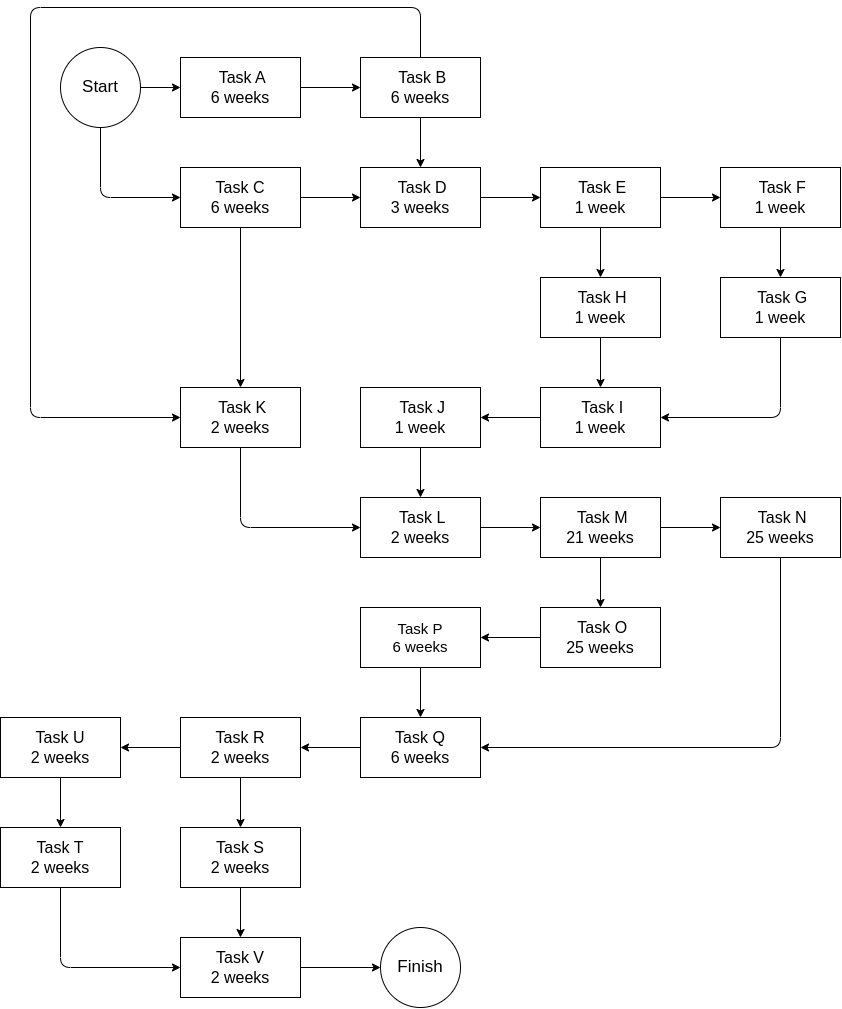
alexxGmZ/MenuMaApp keeps this draw.io diagram as DOCS/Diagrams/Critical Path Method.png. Above is the earlier version. Source tidied: cells renumbered, new cells last; positions are measured from the earlier drawing's top-left corner, leaving out a move shared by most shapes.
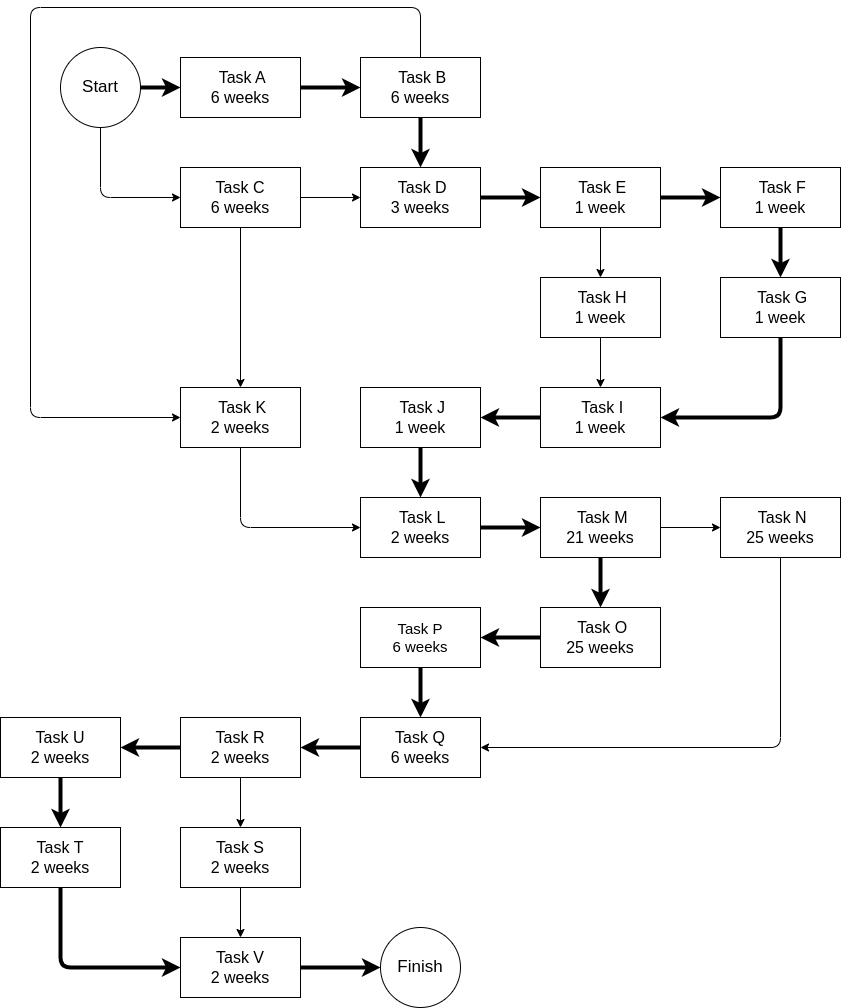
After the commit.

Commit message:
diagram(cpm): export to png

Diff of the diagram source:
```diff
@@ -2,7 +2,7 @@
   <root>
     <mxCell id="0" />
     <mxCell id="1" parent="0" />
-    <mxCell id="2" style="edgeStyle=none;html=1;exitX=1;exitY=0.5;exitDx=0;exitDy=0;entryX=0;entryY=0.5;entryDx=0;entryDy=0;" parent="1" edge="1" source="4" target="7">
+    <mxCell id="2" style="edgeStyle=none;html=1;exitX=1;exitY=0.5;exitDx=0;exitDy=0;entryX=0;entryY=0.5;entryDx=0;entryDy=0;strokeWidth=4;" parent="1" edge="1" source="4" target="7">
       <mxGeometry relative="1" as="geometry" />
     </mxCell>
     <mxCell id="3" style="edgeStyle=none;html=1;exitX=0.5;exitY=1;exitDx=0;exitDy=0;entryX=0;entryY=0.5;entryDx=0;entryDy=0;" parent="1" edge="1" source="4" target="10">
@@ -18,7 +18,7 @@
     <mxCell id="5" value="&lt;font style=&quot;font-size: 17px;&quot;&gt;Finish&lt;/font&gt;" style="ellipse;whiteSpace=wrap;html=1;" parent="1" vertex="1">
       <mxGeometry x="380" y="920" width="80" height="80" as="geometry" />
     </mxCell>
-    <mxCell id="6" style="edgeStyle=none;html=1;exitX=1;exitY=0.5;exitDx=0;exitDy=0;" parent="1" edge="1" source="7" target="13">
+    <mxCell id="6" style="edgeStyle=none;html=1;exitX=1;exitY=0.5;exitDx=0;exitDy=0;strokeWidth=4;" parent="1" edge="1" source="7" target="13">
       <mxGeometry relative="1" as="geometry" />
     </mxCell>
     <mxCell id="7" value="&amp;nbsp;Task A&lt;br style=&quot;font-size: 16px;&quot;&gt;6 weeks" style="rounded=0;whiteSpace=wrap;html=1;fontSize=16;" parent="1" vertex="1">
@@ -33,7 +33,7 @@
     <mxCell id="10" value="Task C&lt;br style=&quot;font-size: 16px;&quot;&gt;6 weeks" style="rounded=0;whiteSpace=wrap;html=1;fontSize=16;" parent="1" vertex="1">
       <mxGeometry x="180" y="160" width="120" height="60" as="geometry" />
     </mxCell>
-    <mxCell id="11" style="edgeStyle=none;html=1;exitX=0.5;exitY=1;exitDx=0;exitDy=0;entryX=0.5;entryY=0;entryDx=0;entryDy=0;" parent="1" edge="1" source="13" target="15">
+    <mxCell id="11" style="edgeStyle=none;html=1;exitX=0.5;exitY=1;exitDx=0;exitDy=0;entryX=0.5;entryY=0;entryDx=0;entryDy=0;strokeWidth=4;" parent="1" edge="1" source="13" target="15">
       <mxGeometry relative="1" as="geometry" />
     </mxCell>
     <mxCell id="12" style="edgeStyle=none;html=1;exitX=0.5;exitY=0;exitDx=0;exitDy=0;entryX=0;entryY=0.5;entryDx=0;entryDy=0;" parent="1" edge="1" source="13" target="30">
@@ -48,13 +48,13 @@
     <mxCell id="13" value="&amp;nbsp;Task B&lt;br style=&quot;font-size: 16px;&quot;&gt;6 weeks" style="rounded=0;whiteSpace=wrap;html=1;fontSize=16;" parent="1" vertex="1">
       <mxGeometry x="360" y="50" width="120" height="60" as="geometry" />
     </mxCell>
-    <mxCell id="14" style="edgeStyle=none;html=1;exitX=1;exitY=0.5;exitDx=0;exitDy=0;" parent="1" edge="1" source="15" target="18">
+    <mxCell id="14" style="edgeStyle=none;html=1;exitX=1;exitY=0.5;exitDx=0;exitDy=0;strokeWidth=4;" parent="1" edge="1" source="15" target="18">
       <mxGeometry relative="1" as="geometry" />
     </mxCell>
     <mxCell id="15" value="&amp;nbsp;Task D&lt;br style=&quot;font-size: 16px;&quot;&gt;3 weeks" style="rounded=0;whiteSpace=wrap;html=1;fontSize=16;" parent="1" vertex="1">
       <mxGeometry x="360" y="160" width="120" height="60" as="geometry" />
     </mxCell>
-    <mxCell id="16" style="edgeStyle=none;html=1;exitX=1;exitY=0.5;exitDx=0;exitDy=0;entryX=0;entryY=0.5;entryDx=0;entryDy=0;" parent="1" edge="1" source="18" target="20">
+    <mxCell id="16" style="edgeStyle=none;html=1;exitX=1;exitY=0.5;exitDx=0;exitDy=0;entryX=0;entryY=0.5;entryDx=0;entryDy=0;strokeWidth=4;" parent="1" edge="1" source="18" target="20">
       <mxGeometry relative="1" as="geometry" />
     </mxCell>
     <mxCell id="17" style="edgeStyle=none;html=1;exitX=0.5;exitY=1;exitDx=0;exitDy=0;" parent="1" edge="1" source="18" target="24">
@@ -63,13 +63,13 @@
     <mxCell id="18" value="&amp;nbsp;Task E&lt;br style=&quot;font-size: 16px;&quot;&gt;1 week" style="rounded=0;whiteSpace=wrap;html=1;fontSize=16;" parent="1" vertex="1">
       <mxGeometry x="540" y="160" width="120" height="60" as="geometry" />
     </mxCell>
-    <mxCell id="19" style="edgeStyle=none;html=1;exitX=0.5;exitY=1;exitDx=0;exitDy=0;entryX=0.5;entryY=0;entryDx=0;entryDy=0;" parent="1" edge="1" source="20" target="22">
+    <mxCell id="19" style="edgeStyle=none;html=1;exitX=0.5;exitY=1;exitDx=0;exitDy=0;entryX=0.5;entryY=0;entryDx=0;entryDy=0;strokeWidth=4;" parent="1" edge="1" source="20" target="22">
       <mxGeometry relative="1" as="geometry" />
     </mxCell>
     <mxCell id="20" value="&amp;nbsp;Task F&lt;br style=&quot;font-size: 16px;&quot;&gt;1 week" style="rounded=0;whiteSpace=wrap;html=1;fontSize=16;" parent="1" vertex="1">
       <mxGeometry x="720" y="160" width="120" height="60" as="geometry" />
     </mxCell>
-    <mxCell id="21" style="edgeStyle=none;html=1;exitX=0.5;exitY=1;exitDx=0;exitDy=0;entryX=1;entryY=0.5;entryDx=0;entryDy=0;" parent="1" edge="1" source="22" target="26">
+    <mxCell id="21" style="edgeStyle=none;html=1;exitX=0.5;exitY=1;exitDx=0;exitDy=0;entryX=1;entryY=0.5;entryDx=0;entryDy=0;strokeWidth=4;" parent="1" edge="1" source="22" target="26">
       <mxGeometry relative="1" as="geometry">
         <Array as="points">
           <mxPoint x="780" y="410" />
@@ -85,13 +85,13 @@
     <mxCell id="24" value="&amp;nbsp;Task H&lt;br style=&quot;font-size: 16px;&quot;&gt;1 week" style="rounded=0;whiteSpace=wrap;html=1;fontSize=16;" parent="1" vertex="1">
       <mxGeometry x="540" y="270" width="120" height="60" as="geometry" />
     </mxCell>
-    <mxCell id="25" style="edgeStyle=none;html=1;exitX=0;exitY=0.5;exitDx=0;exitDy=0;entryX=1;entryY=0.5;entryDx=0;entryDy=0;" parent="1" edge="1" source="26" target="28">
+    <mxCell id="25" style="edgeStyle=none;html=1;exitX=0;exitY=0.5;exitDx=0;exitDy=0;entryX=1;entryY=0.5;entryDx=0;entryDy=0;strokeWidth=4;" parent="1" edge="1" source="26" target="28">
       <mxGeometry relative="1" as="geometry" />
     </mxCell>
     <mxCell id="26" value="&amp;nbsp;Task I&lt;br style=&quot;font-size: 16px;&quot;&gt;1 week" style="rounded=0;whiteSpace=wrap;html=1;fontSize=16;" parent="1" vertex="1">
       <mxGeometry x="540" y="380" width="120" height="60" as="geometry" />
     </mxCell>
-    <mxCell id="27" style="edgeStyle=none;html=1;exitX=0.5;exitY=1;exitDx=0;exitDy=0;entryX=0.5;entryY=0;entryDx=0;entryDy=0;" parent="1" edge="1" source="28" target="32">
+    <mxCell id="27" style="edgeStyle=none;html=1;exitX=0.5;exitY=1;exitDx=0;exitDy=0;entryX=0.5;entryY=0;entryDx=0;entryDy=0;strokeWidth=4;" parent="1" edge="1" source="28" target="32">
       <mxGeometry relative="1" as="geometry" />
     </mxCell>
     <mxCell id="28" value="&amp;nbsp;Task J&lt;br style=&quot;font-size: 16px;&quot;&gt;1 week" style="rounded=0;whiteSpace=wrap;html=1;fontSize=16;" parent="1" vertex="1">
@@ -107,7 +107,7 @@
     <mxCell id="30" value="&amp;nbsp;Task K&lt;br style=&quot;font-size: 16px;&quot;&gt;2 weeks" style="rounded=0;whiteSpace=wrap;html=1;fontSize=16;" parent="1" vertex="1">
       <mxGeometry x="180" y="380" width="120" height="60" as="geometry" />
     </mxCell>
-    <mxCell id="31" style="edgeStyle=none;html=1;exitX=1;exitY=0.5;exitDx=0;exitDy=0;entryX=0;entryY=0.5;entryDx=0;entryDy=0;" parent="1" edge="1" source="32" target="35">
+    <mxCell id="31" style="edgeStyle=none;html=1;exitX=1;exitY=0.5;exitDx=0;exitDy=0;entryX=0;entryY=0.5;entryDx=0;entryDy=0;strokeWidth=4;" parent="1" edge="1" source="32" target="35">
       <mxGeometry relative="1" as="geometry" />
     </mxCell>
     <mxCell id="32" value="&amp;nbsp;Task L&lt;br style=&quot;font-size: 16px;&quot;&gt;2 weeks" style="rounded=0;whiteSpace=wrap;html=1;fontSize=16;" parent="1" vertex="1">
@@ -116,7 +116,7 @@
     <mxCell id="33" style="edgeStyle=none;html=1;exitX=1;exitY=0.5;exitDx=0;exitDy=0;entryX=0;entryY=0.5;entryDx=0;entryDy=0;" parent="1" edge="1" source="35" target="37">
       <mxGeometry relative="1" as="geometry" />
     </mxCell>
-    <mxCell id="34" style="edgeStyle=none;html=1;exitX=0.5;exitY=1;exitDx=0;exitDy=0;fontSize=14;" parent="1" edge="1" source="35" target="39">
+    <mxCell id="34" style="edgeStyle=none;html=1;exitX=0.5;exitY=1;exitDx=0;exitDy=0;fontSize=14;strokeWidth=4;" parent="1" edge="1" source="35" target="39">
       <mxGeometry relative="1" as="geometry" />
     </mxCell>
     <mxCell id="35" value="&amp;nbsp;Task M&lt;br style=&quot;font-size: 16px;&quot;&gt;21 weeks" style="rounded=0;whiteSpace=wrap;html=1;fontSize=16;" parent="1" vertex="1">
@@ -132,19 +132,19 @@
     <mxCell id="37" value="&amp;nbsp;Task N&lt;br style=&quot;font-size: 16px;&quot;&gt;25&amp;nbsp;weeks" style="rounded=0;whiteSpace=wrap;html=1;fontSize=16;" parent="1" vertex="1">
       <mxGeometry x="720" y="490" width="120" height="60" as="geometry" />
     </mxCell>
-    <mxCell id="38" style="edgeStyle=none;html=1;exitX=0;exitY=0.5;exitDx=0;exitDy=0;entryX=1;entryY=0.5;entryDx=0;entryDy=0;fontSize=14;" parent="1" edge="1" source="39" target="41">
+    <mxCell id="38" style="edgeStyle=none;html=1;exitX=0;exitY=0.5;exitDx=0;exitDy=0;entryX=1;entryY=0.5;entryDx=0;entryDy=0;fontSize=14;strokeWidth=4;" parent="1" edge="1" source="39" target="41">
       <mxGeometry relative="1" as="geometry" />
     </mxCell>
     <mxCell id="39" value="&amp;nbsp;Task O&lt;br style=&quot;font-size: 16px;&quot;&gt;25 weeks" style="rounded=0;whiteSpace=wrap;html=1;fontSize=16;" parent="1" vertex="1">
       <mxGeometry x="540" y="600" width="120" height="60" as="geometry" />
     </mxCell>
-    <mxCell id="40" style="edgeStyle=none;html=1;exitX=0.5;exitY=1;exitDx=0;exitDy=0;entryX=0.5;entryY=0;entryDx=0;entryDy=0;fontSize=14;" parent="1" edge="1" source="41" target="43">
+    <mxCell id="40" style="edgeStyle=none;html=1;exitX=0.5;exitY=1;exitDx=0;exitDy=0;entryX=0.5;entryY=0;entryDx=0;entryDy=0;fontSize=14;strokeWidth=4;" parent="1" edge="1" source="41" target="43">
       <mxGeometry relative="1" as="geometry" />
     </mxCell>
     <mxCell id="41" value="&lt;font style=&quot;font-size: 15px;&quot;&gt;Task P&lt;br&gt;6 weeks&lt;/font&gt;" style="rounded=0;whiteSpace=wrap;html=1;" parent="1" vertex="1">
       <mxGeometry x="360" y="600" width="120" height="60" as="geometry" />
     </mxCell>
-    <mxCell id="42" style="edgeStyle=none;html=1;exitX=0;exitY=0.5;exitDx=0;exitDy=0;entryX=1;entryY=0.5;entryDx=0;entryDy=0;fontSize=14;" parent="1" edge="1" source="43" target="46">
+    <mxCell id="42" style="edgeStyle=none;html=1;exitX=0;exitY=0.5;exitDx=0;exitDy=0;entryX=1;entryY=0.5;entryDx=0;entryDy=0;fontSize=14;strokeWidth=4;" parent="1" edge="1" source="43" target="46">
       <mxGeometry relative="1" as="geometry" />
     </mxCell>
     <mxCell id="43" value="&lt;span style=&quot;font-size: 16px;&quot;&gt;Task Q&lt;br&gt;6 weeks&lt;br&gt;&lt;/span&gt;" style="rounded=0;whiteSpace=wrap;html=1;" parent="1" vertex="1">
@@ -153,7 +153,7 @@
     <mxCell id="44" style="edgeStyle=none;html=1;exitX=0.5;exitY=1;exitDx=0;exitDy=0;entryX=0.5;entryY=0;entryDx=0;entryDy=0;fontSize=14;" parent="1" edge="1" source="46" target="48">
       <mxGeometry relative="1" as="geometry" />
     </mxCell>
-    <mxCell id="45" style="edgeStyle=none;html=1;exitX=0;exitY=0.5;exitDx=0;exitDy=0;entryX=1;entryY=0.5;entryDx=0;entryDy=0;fontSize=14;" parent="1" edge="1" source="46" target="52">
+    <mxCell id="45" style="edgeStyle=none;html=1;exitX=0;exitY=0.5;exitDx=0;exitDy=0;entryX=1;entryY=0.5;entryDx=0;entryDy=0;fontSize=14;strokeWidth=4;" parent="1" edge="1" source="46" target="52">
       <mxGeometry relative="1" as="geometry" />
     </mxCell>
     <mxCell id="46" value="&lt;font style=&quot;font-size: 16px;&quot;&gt;Task R&lt;br&gt;2 weeks&lt;/font&gt;" style="rounded=0;whiteSpace=wrap;html=1;" parent="1" vertex="1">
@@ -165,7 +165,7 @@
     <mxCell id="48" value="&lt;font style=&quot;font-size: 16px;&quot;&gt;Task S&lt;br&gt;2 weeks&lt;/font&gt;" style="rounded=0;whiteSpace=wrap;html=1;" parent="1" vertex="1">
       <mxGeometry x="180" y="820" width="120" height="60" as="geometry" />
     </mxCell>
-    <mxCell id="49" style="edgeStyle=none;html=1;exitX=0.5;exitY=1;exitDx=0;exitDy=0;entryX=0;entryY=0.5;entryDx=0;entryDy=0;fontSize=14;" parent="1" edge="1" source="50" target="54">
+    <mxCell id="49" style="edgeStyle=none;html=1;exitX=0.5;exitY=1;exitDx=0;exitDy=0;entryX=0;entryY=0.5;entryDx=0;entryDy=0;fontSize=14;strokeWidth=4;" parent="1" edge="1" source="50" target="54">
       <mxGeometry relative="1" as="geometry">
         <Array as="points">
           <mxPoint x="60" y="960" />
@@ -175,13 +175,13 @@
     <mxCell id="50" value="&lt;font style=&quot;font-size: 16px;&quot;&gt;Task T&lt;br&gt;2 weeks&lt;/font&gt;" style="rounded=0;whiteSpace=wrap;html=1;" parent="1" vertex="1">
       <mxGeometry y="820" width="120" height="60" as="geometry" />
     </mxCell>
-    <mxCell id="51" style="edgeStyle=none;html=1;exitX=0.5;exitY=1;exitDx=0;exitDy=0;entryX=0.5;entryY=0;entryDx=0;entryDy=0;fontSize=14;" parent="1" edge="1" source="52" target="50">
+    <mxCell id="51" style="edgeStyle=none;html=1;exitX=0.5;exitY=1;exitDx=0;exitDy=0;entryX=0.5;entryY=0;entryDx=0;entryDy=0;fontSize=14;strokeWidth=4;" parent="1" edge="1" source="52" target="50">
       <mxGeometry relative="1" as="geometry" />
     </mxCell>
     <mxCell id="52" value="&lt;font style=&quot;font-size: 16px;&quot;&gt;Task U&lt;br&gt;2 weeks&lt;/font&gt;" style="rounded=0;whiteSpace=wrap;html=1;" parent="1" vertex="1">
       <mxGeometry y="710" width="120" height="60" as="geometry" />
     </mxCell>
-    <mxCell id="53" style="edgeStyle=none;html=1;exitX=1;exitY=0.5;exitDx=0;exitDy=0;entryX=0;entryY=0.5;entryDx=0;entryDy=0;fontSize=14;" parent="1" edge="1" source="54" target="5">
+    <mxCell id="53" style="edgeStyle=none;html=1;exitX=1;exitY=0.5;exitDx=0;exitDy=0;entryX=0;entryY=0.5;entryDx=0;entryDy=0;fontSize=14;strokeWidth=4;" parent="1" edge="1" source="54" target="5">
       <mxGeometry relative="1" as="geometry" />
     </mxCell>
     <mxCell id="54" value="&lt;font style=&quot;font-size: 16px;&quot;&gt;Task V&lt;br&gt;2 weeks&lt;/font&gt;" style="rounded=0;whiteSpace=wrap;html=1;" parent="1" vertex="1">
```
